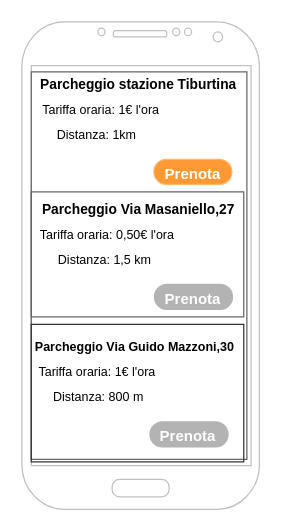
Earlier version of the draw.io diagram Untitled Diagram.drawio (claudiaamorosi/2020-21-webdesign-verifica). Source tidied: cells renumbered, new cells numbered last; positions are measured from the earlier drawing's top-left corner, leaving out a move shared by most shapes. Both pictures are drawn from the tidied source at 125%, with x=0, y=0 at pixel (21, 21).
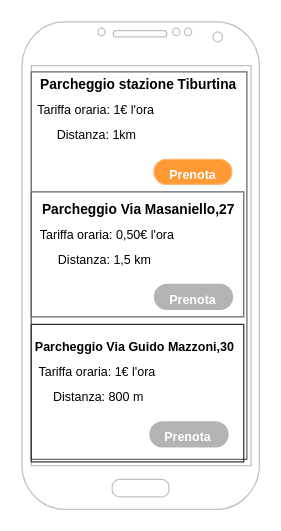
The same diagram, later.

Unchanged cells that the change refers to:
```xml
<mxCell id="3" style="strokeWidth=1;shadow=0;dashed=0;align=center;html=1;shape=mxgraph.mockup.containers.rrect;rSize=0;strokeColor=#666666;fillColor=none;" parent="1" vertex="1">
  <mxGeometry x="7.5" y="40" width="172.5" height="310" as="geometry" />
</mxCell>
<mxCell id="15" style="strokeWidth=1;shadow=0;dashed=0;align=center;html=1;shape=mxgraph.mockup.buttons.multiButton;mainText=;subText=;strokeColor=#FFB570;fillColor=#FF9933;" parent="3" vertex="1">
  <mxGeometry x="98.1" y="70" width="62.4" height="20" as="geometry" />
</mxCell>
<mxCell id="18" style="strokeWidth=1;shadow=0;dashed=0;align=center;html=1;shape=mxgraph.mockup.buttons.multiButton;mainText=;subText=;fillColor=#B3B3B3;strokeColor=#B3B3B3;" parent="3" vertex="1">
  <mxGeometry x="95" y="280" width="62.4" height="20" as="geometry" />
</mxCell>
<mxCell id="21" style="strokeWidth=1;shadow=0;dashed=0;align=center;html=1;shape=mxgraph.mockup.buttons.multiButton;mainText=;subText=;fillColor=#B3B3B3;strokeColor=#B3B3B3;" parent="3" vertex="1">
  <mxGeometry x="98.6" y="170" width="62.4" height="20" as="geometry" />
</mxCell>
```

Diff of the diagram source:
```diff
@@
     <mxCell id="7" value="&lt;font style=&quot;font-size: 10px&quot;&gt;Tariffa oraria: 1€ l'ora&lt;/font&gt;" style="text;html=1;align=center;verticalAlign=middle;" parent="3" vertex="1">
-      <mxGeometry y="20" width="110" height="20" as="geometry" />
+      <mxGeometry x="-3.5" y="20" width="110" height="20" as="geometry" />
     </mxCell>
@@
-    <mxCell id="16" value="&lt;font style=&quot;font-size: 12px&quot;&gt;Prenota&lt;/font&gt;" style="strokeWidth=1;shadow=0;dashed=0;align=center;html=1;shape=mxgraph.mockup.anchor;fontSize=16;fontColor=#ffffff;fontStyle=1;whiteSpace=wrap;" parent="15" vertex="1">
+    <mxCell id="16" value="&lt;font style=&quot;font-size: 10px&quot;&gt;Prenota&lt;/font&gt;" style="strokeWidth=1;shadow=0;dashed=0;align=center;html=1;shape=mxgraph.mockup.anchor;fontSize=16;fontColor=#ffffff;fontStyle=1;whiteSpace=wrap;" parent="15" vertex="1">
       <mxGeometry y="3.2" width="62.4" height="12.8" as="geometry" />
     </mxCell>
@@
-    <mxCell id="19" value="&lt;font style=&quot;font-size: 12px&quot;&gt;Prenota&lt;/font&gt;" style="strokeWidth=1;shadow=0;dashed=0;align=center;html=1;shape=mxgraph.mockup.anchor;fontSize=16;fontColor=#ffffff;fontStyle=1;whiteSpace=wrap;" parent="18" vertex="1">
+    <mxCell id="19" value="&lt;font style=&quot;font-size: 10px&quot;&gt;Prenota&lt;/font&gt;" style="strokeWidth=1;shadow=0;dashed=0;align=center;html=1;shape=mxgraph.mockup.anchor;fontSize=16;fontColor=#ffffff;fontStyle=1;whiteSpace=wrap;" parent="18" vertex="1">
       <mxGeometry y="3.2" width="62.4" height="12.8" as="geometry" />
     </mxCell>
@@
-    <mxCell id="22" value="&lt;font style=&quot;font-size: 12px&quot;&gt;Prenota&lt;/font&gt;" style="strokeWidth=1;shadow=0;dashed=0;align=center;html=1;shape=mxgraph.mockup.anchor;fontSize=16;fontColor=#ffffff;fontStyle=1;whiteSpace=wrap;" parent="21" vertex="1">
+    <mxCell id="22" value="&lt;font style=&quot;font-size: 10px&quot;&gt;Prenota&lt;/font&gt;" style="strokeWidth=1;shadow=0;dashed=0;align=center;html=1;shape=mxgraph.mockup.anchor;fontSize=16;fontColor=#ffffff;fontStyle=1;whiteSpace=wrap;" parent="21" vertex="1">
       <mxGeometry y="3.2" width="62.4" height="12.8" as="geometry" />
     </mxCell>
```
